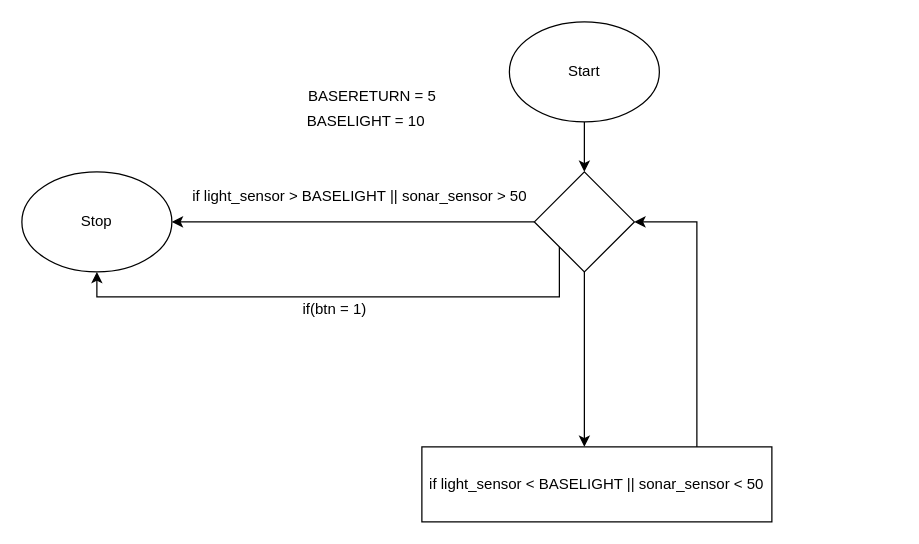
The draw.io diagram verkefni3/verkefni3.drawio in Davygod/ROBO2RG05AU-1, before the edit. Source tidied: cells renumbered, new cells numbered last; positions are measured from the earlier drawing's top-left corner, leaving out a move shared by most shapes. Both pictures are drawn from the tidied source at 125%, with x=0, y=0 at pixel (21, 21).
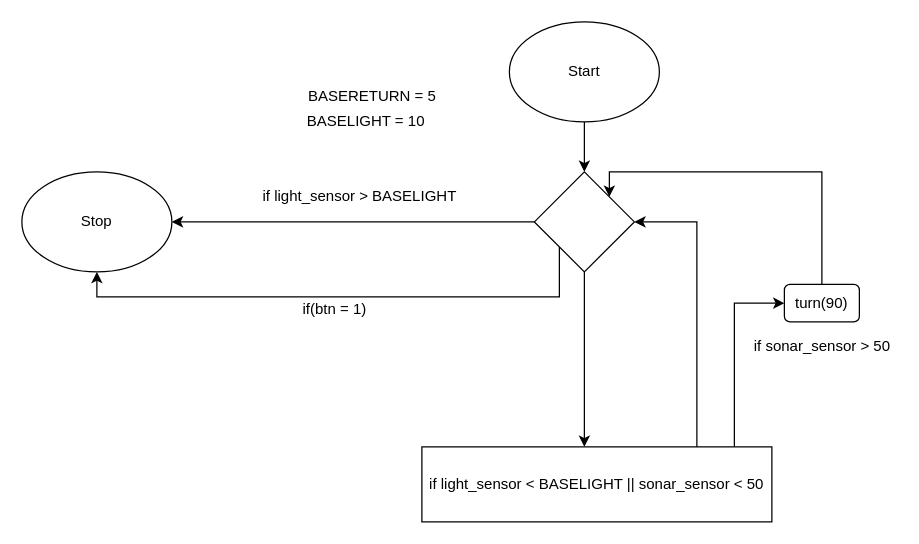
The same page after the edit.

The change refers to these unchanged cells:
```xml
<mxCell id="7" style="rhombus;whiteSpace=wrap;html=1;" parent="1" vertex="1">
  <mxGeometry x="410" y="120" width="80" height="80" as="geometry" />
</mxCell>
<mxCell id="14" value="if light_sensor &amp;lt; BASELIGHT || sonar_sensor &amp;lt; 50" style="whiteSpace=wrap;html=1;" parent="1" vertex="1">
  <mxGeometry x="320" y="340" width="280" height="60" as="geometry" />
</mxCell>
```

Change to the diagram source:
```diff
@@
-    <mxCell id="13" value="if light_sensor &amp;gt; BASELIGHT || sonar_sensor &amp;gt; 50" style="text;html=1;align=center;verticalAlign=middle;strokeColor=none;fillColor=none;" parent="1" vertex="1">
-      <mxGeometry x="130" y="130" width="280" height="20" as="geometry" />
+    <mxCell id="13" value="if light_sensor &amp;gt; BASELIGHT" style="text;html=1;align=center;verticalAlign=middle;strokeColor=none;fillColor=none;" parent="1" vertex="1">
+      <mxGeometry x="185" y="130" width="170" height="20" as="geometry" />
     </mxCell>
+    <mxCell id="15" style="edgeStyle=orthogonalEdgeStyle;rounded=0;jettySize=auto;html=1;entryX=0;entryY=0.5;entryDx=0;entryDy=0;" parent="1" edge="1" source="14" target="18">
+      <mxGeometry relative="1" as="geometry">
+        <Array as="points">
+          <mxPoint x="570" y="225" />
+        </Array>
+      </mxGeometry>
+    </mxCell>
@@
+    <mxCell id="16" value="if sonar_sensor &amp;gt; 50" style="text;html=1;align=center;verticalAlign=middle;strokeColor=none;fillColor=none;" parent="1" vertex="1">
+      <mxGeometry x="580" y="250" width="120" height="20" as="geometry" />
+    </mxCell>
+    <mxCell id="17" style="edgeStyle=orthogonalEdgeStyle;rounded=0;jettySize=auto;html=1;entryX=1;entryY=0;entryDx=0;entryDy=0;" parent="1" edge="1" source="18" target="7">
+      <mxGeometry relative="1" as="geometry">
+        <Array as="points">
+          <mxPoint x="640" y="120" />
+          <mxPoint x="470" y="120" />
+        </Array>
+      </mxGeometry>
+    </mxCell>
+    <mxCell id="18" value="turn(90)" style="rounded=1;whiteSpace=wrap;html=1;" parent="1" vertex="1">
+      <mxGeometry x="610" y="210" width="60" height="30" as="geometry" />
+    </mxCell>
```
